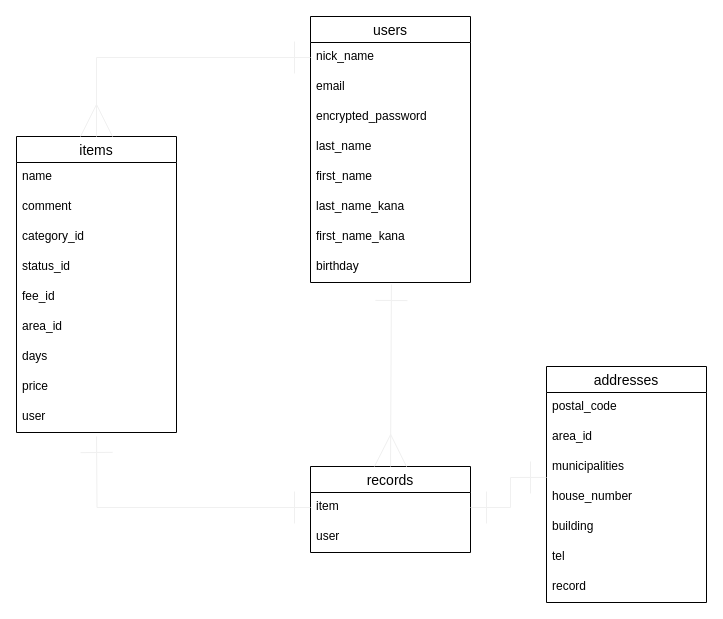
This is ER.dio from y-mak/furima-36339, a draw.io file, before an edit. Source tidied: cells renumbered, new cells numbered last; positions are measured from the earlier drawing's top-left corner, leaving out a move shared by most shapes. Both pictures are drawn from the tidied source at 100%, with x=0, y=0 at pixel (16, 16).
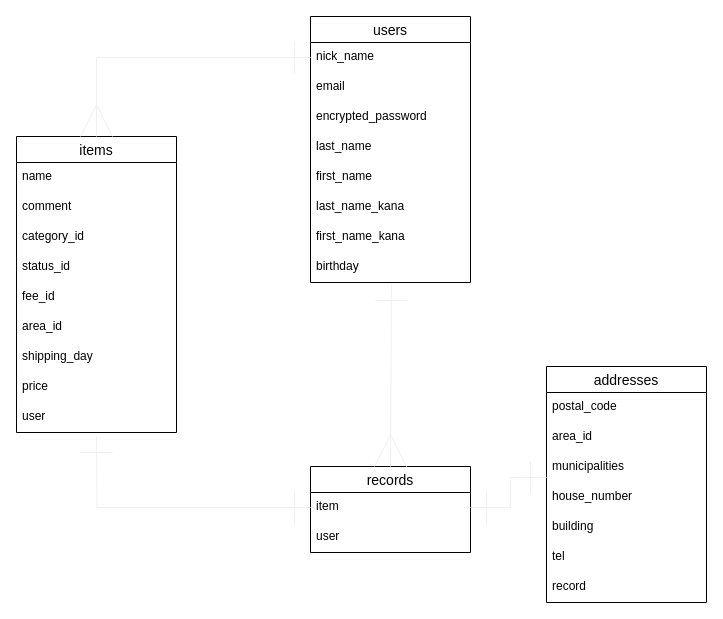
The same diagram, later.

Unchanged cells that the change refers to:
```xml
<mxCell id="2" value="items" style="swimlane;fontStyle=0;horizontal=1;startSize=26;align=center;fontSize=14;" parent="1" vertex="1">
  <mxGeometry y="120" width="160" height="296" as="geometry" />
</mxCell>
```

What changed in the source:
```diff
@@
-    <mxCell id="9" value="days" style="text;strokeColor=none;fillColor=none;spacingLeft=4;spacingRight=4;overflow=hidden;fontSize=12;" parent="2" vertex="1">
+    <mxCell id="9" value="shipping_day" style="text;strokeColor=none;fillColor=none;spacingLeft=4;spacingRight=4;overflow=hidden;fontSize=12;" parent="2" vertex="1">
       <mxGeometry y="206" width="160" height="30" as="geometry" />
     </mxCell>
```
